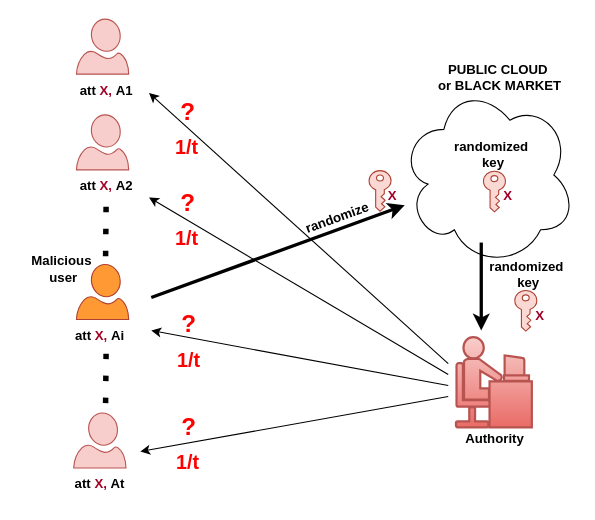
This is AKL.drawio from huyle84/diagrams, a draw.io file, before an edit. Source tidied: cells renumbered, new cells numbered last; positions are measured from the earlier drawing's top-left corner, leaving out a move shared by most shapes. Both pictures are drawn from the tidied source at 110%, with x=0, y=0 at pixel (19, 19).
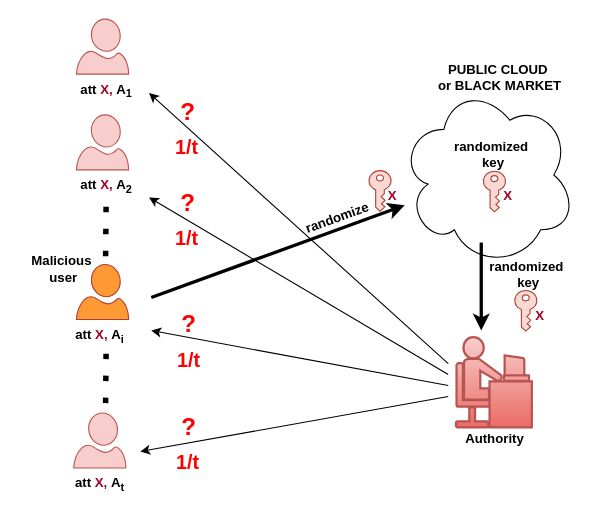
The same diagram, later.

Diff of the diagram source:
```diff
@@
-    <mxCell id="6" value="att&amp;nbsp;&lt;font color=&quot;#a20025&quot;&gt;X,&lt;/font&gt;&amp;nbsp;A1" style="text;html=1;align=center;verticalAlign=middle;points=[];strokeColor=none;fillColor=none;fontStyle=1;" parent="1" vertex="1">
+    <mxCell id="6" value="att&amp;nbsp;&lt;font color=&quot;#a20025&quot;&gt;X,&lt;/font&gt;&amp;nbsp;A&lt;sub&gt;1&lt;/sub&gt;" style="text;html=1;align=center;verticalAlign=middle;points=[];strokeColor=none;fillColor=none;fontStyle=1;" parent="1" vertex="1">
       <mxGeometry x="44" y="49.9" width="70" height="30" as="geometry" />
     </mxCell>
@@
-    <mxCell id="14" value="att&amp;nbsp;&lt;font color=&quot;#a20025&quot;&gt;X,&lt;/font&gt;&amp;nbsp;Ai" style="text;html=1;align=center;verticalAlign=middle;strokeColor=none;fillColor=none;fontStyle=1;" parent="1" vertex="1">
+    <mxCell id="14" value="att&amp;nbsp;&lt;font color=&quot;#a20025&quot;&gt;X,&lt;/font&gt;&amp;nbsp;A&lt;sub&gt;i&lt;/sub&gt;" style="text;html=1;align=center;verticalAlign=middle;strokeColor=none;fillColor=none;fontStyle=1;" parent="1" vertex="1">
       <mxGeometry x="38.2" y="273" width="70" height="30" as="geometry" />
     </mxCell>
-    <mxCell id="15" value="att&amp;nbsp;&lt;font color=&quot;#a20025&quot;&gt;X,&lt;/font&gt;&amp;nbsp;At" style="text;html=1;align=center;verticalAlign=middle;strokeColor=none;fillColor=none;fontStyle=1;" parent="1" vertex="1">
+    <mxCell id="15" value="att&amp;nbsp;&lt;font color=&quot;#a20025&quot;&gt;X,&lt;/font&gt;&amp;nbsp;A&lt;sub&gt;t&lt;/sub&gt;" style="text;html=1;align=center;verticalAlign=middle;strokeColor=none;fillColor=none;fontStyle=1;" parent="1" vertex="1">
       <mxGeometry x="38.2" y="408" width="70" height="30" as="geometry" />
     </mxCell>
@@
-    <mxCell id="18" value="att&amp;nbsp;&lt;font color=&quot;#a20025&quot;&gt;X,&lt;/font&gt;&amp;nbsp;A2" style="text;html=1;align=center;verticalAlign=middle;points=[];strokeColor=none;fillColor=none;fontStyle=1;" parent="1" vertex="1">
+    <mxCell id="18" value="att&amp;nbsp;&lt;font color=&quot;#a20025&quot;&gt;X,&lt;/font&gt;&amp;nbsp;A&lt;sub&gt;2&lt;/sub&gt;" style="text;html=1;align=center;verticalAlign=middle;points=[];strokeColor=none;fillColor=none;fontStyle=1;" parent="1" vertex="1">
       <mxGeometry x="44" y="136.9" width="70" height="30" as="geometry" />
     </mxCell>
```
